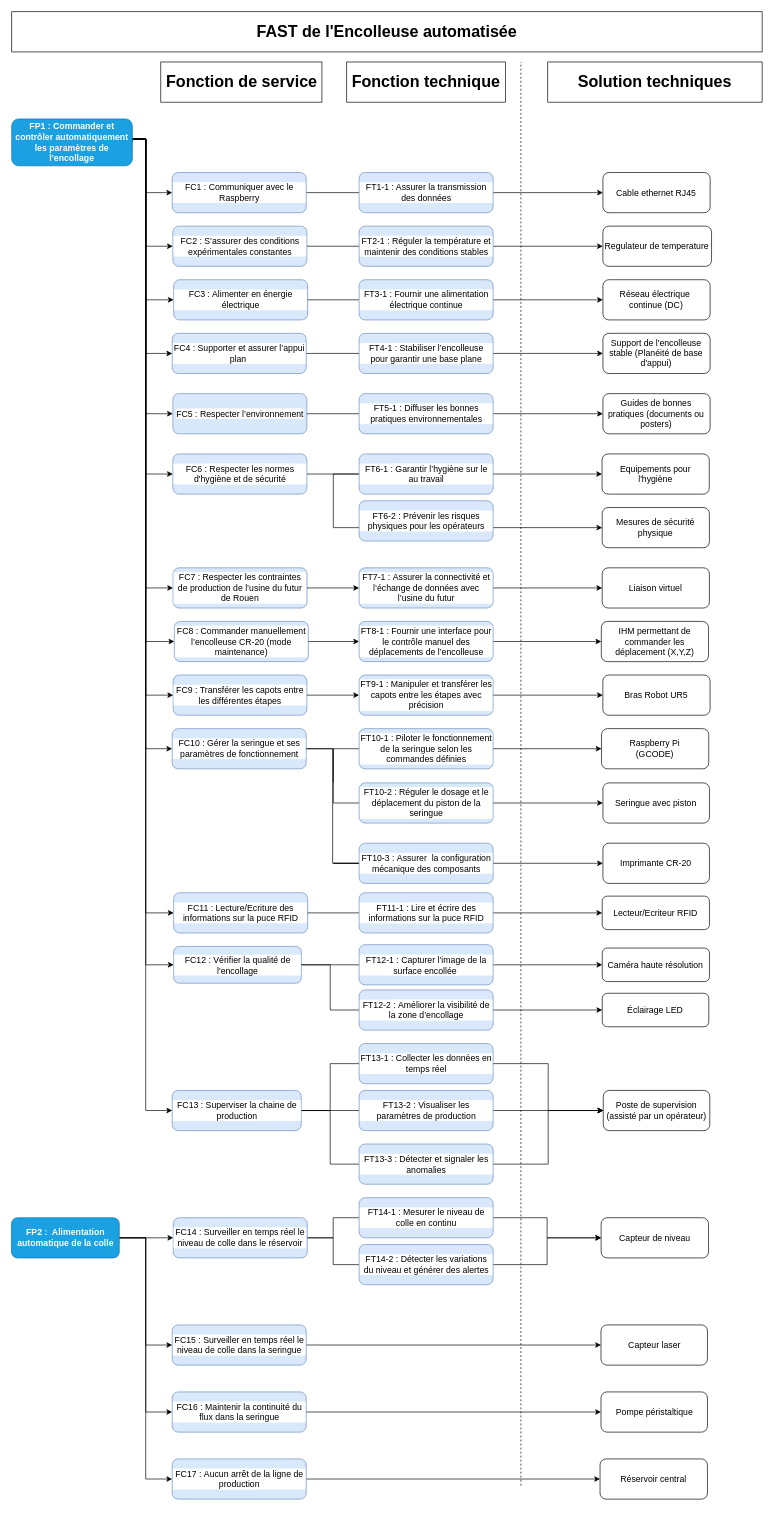
Above: FAST DIAGRAM/Diagramme_FAST.drawio in CharifMah/Systemes_automatises (draw.io), before the change. Source tidied: cells renumbered, new cells numbered last; positions are measured from the earlier drawing's top-left corner, leaving out a move shared by most shapes. Both pictures are drawn from the tidied source at 67%, with x=0, y=0 at pixel (11, 11).
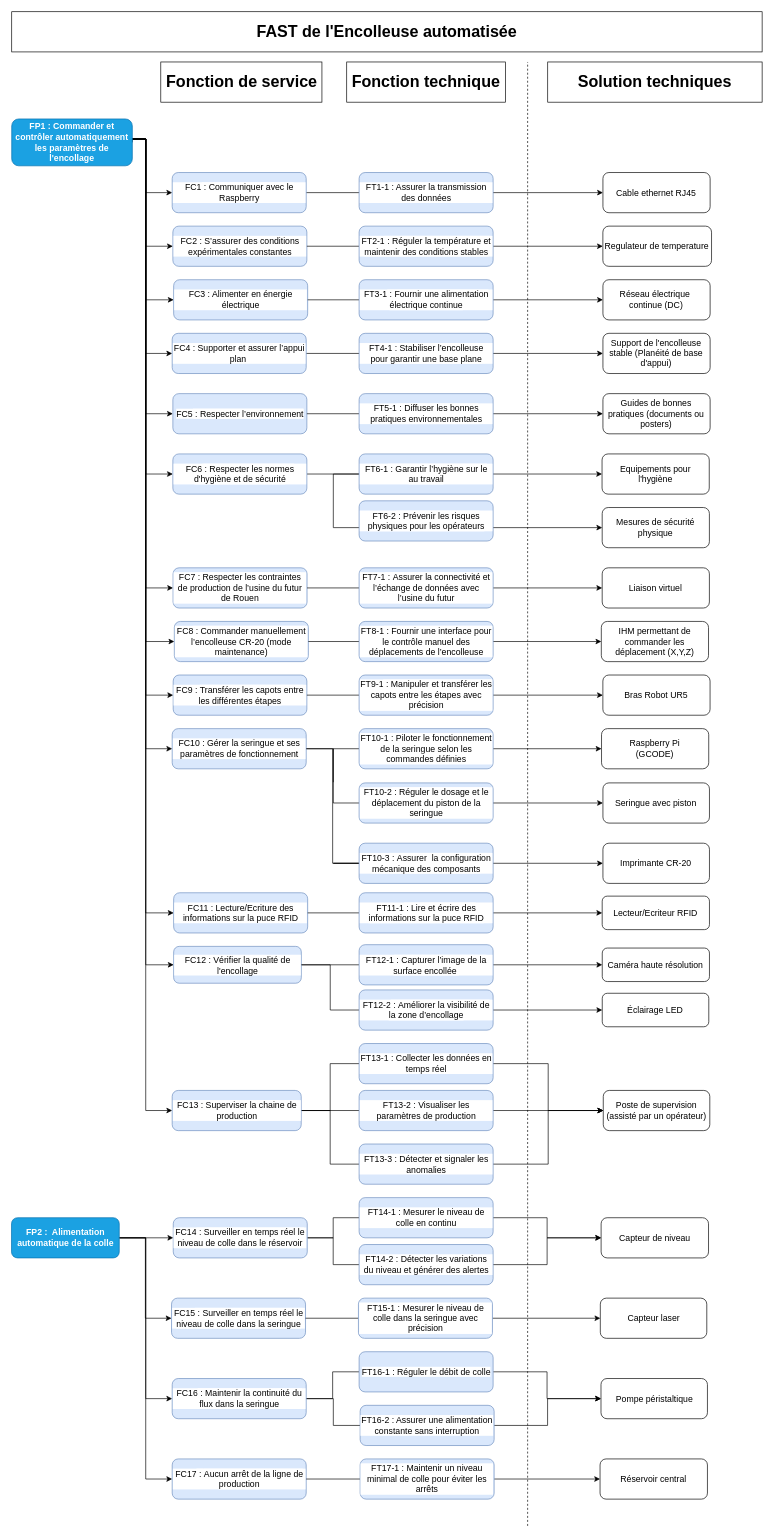
The same page after the edit.

Commit message (it also covers changes not shown here):
Mettre à jour Diagramme_FAST.drawio

Unchanged cells that the change refers to:
```xml
<mxCell id="30" value="Réservoir central" style="rounded=1;whiteSpace=wrap;html=1;fontFamily=Helvetica;fontSize=13;" parent="1" vertex="1">
  <mxGeometry x="878.1" y="2160" width="160.3" height="60" as="geometry" />
</mxCell>
<mxCell id="48" value="&lt;font&gt;FC9 :&amp;nbsp;&lt;/font&gt;&lt;span style=&quot;background-color: light-dark(#ffffff, var(--ge-dark-color, #121212)); color: light-dark(rgb(0, 0, 0), rgb(255, 255, 255));&quot;&gt;Transférer les capots entre les différentes étapes&lt;/span&gt;" style="rounded=1;whiteSpace=wrap;html=1;labelBackgroundColor=default;labelBorderColor=none;textShadow=0;fillColor=#dae8fc;strokeColor=#6c8ebf;fontFamily=Helvetica;fontSize=13;fontStyle=0;" parent="1" vertex="1">
  <mxGeometry x="241" y="990" width="199.5" height="60" as="geometry" />
</mxCell>
<mxCell id="57" value="&lt;div&gt;&lt;font&gt;FC7&lt;/font&gt;&lt;span style=&quot;color: light-dark(rgb(0, 0, 0), rgb(255, 255, 255)); background-color: light-dark(#ffffff, var(--ge-dark-color, #121212));&quot;&gt;&amp;nbsp;:&amp;nbsp;&lt;/span&gt;&lt;span style=&quot;color: light-dark(rgb(0, 0, 0), rgb(255, 255, 255)); background-color: light-dark(#ffffff, var(--ge-dark-color, #121212));&quot;&gt;Respecter les contraintes de production de l’usine du futur de Rouen&lt;/span&gt;&lt;/div&gt;" style="rounded=1;whiteSpace=wrap;html=1;labelBackgroundColor=default;labelBorderColor=none;textShadow=0;fillColor=#dae8fc;strokeColor=#6c8ebf;fontFamily=Helvetica;fontSize=13;fontStyle=0;" parent="1" vertex="1">
  <mxGeometry x="240.8" y="830" width="200" height="60" as="geometry" />
</mxCell>
<mxCell id="60" value="&lt;div&gt;&lt;font&gt;FC8&lt;/font&gt;&lt;span style=&quot;background-color: light-dark(#ffffff, var(--ge-dark-color, #121212)); color: light-dark(rgb(0, 0, 0), rgb(255, 255, 255));&quot;&gt;&amp;nbsp;:&amp;nbsp;&lt;/span&gt;&lt;span style=&quot;background-color: light-dark(#ffffff, var(--ge-dark-color, #121212));&quot;&gt;Commander manuellement l’encolleuse CR-20 (mode maintenance)&lt;/span&gt;&lt;/div&gt;" style="rounded=1;whiteSpace=wrap;html=1;labelBackgroundColor=default;labelBorderColor=none;textShadow=0;fillColor=#dae8fc;strokeColor=#6c8ebf;fontFamily=Helvetica;fontSize=13;fontStyle=0;" parent="1" vertex="1">
  <mxGeometry x="242.7" y="910" width="200" height="60" as="geometry" />
</mxCell>
<mxCell id="63" value="&lt;div&gt;&lt;font&gt;FC17&lt;/font&gt;&lt;span style=&quot;color: light-dark(rgb(0, 0, 0), rgb(255, 255, 255)); background-color: light-dark(#ffffff, var(--ge-dark-color, #121212));&quot;&gt;&amp;nbsp;:&amp;nbsp;&lt;/span&gt;&lt;span style=&quot;color: light-dark(rgb(0, 0, 0), rgb(255, 255, 255)); background-color: light-dark(#ffffff, var(--ge-dark-color, #121212));&quot;&gt;Aucun arrêt de la ligne de production&lt;/span&gt;&lt;/div&gt;" style="rounded=1;whiteSpace=wrap;html=1;labelBackgroundColor=default;labelBorderColor=none;textShadow=0;fillColor=#dae8fc;strokeColor=#6c8ebf;fontFamily=Helvetica;fontSize=13;" parent="1" vertex="1">
  <mxGeometry x="239.5" y="2160" width="200" height="60" as="geometry" />
</mxCell>
<mxCell id="101" value="&lt;div&gt;&lt;font&gt;FT7-1&lt;/font&gt;&lt;span style=&quot;background-color: light-dark(#ffffff, var(--ge-dark-color, #121212)); color: light-dark(rgb(0, 0, 0), rgb(255, 255, 255));&quot;&gt;&amp;nbsp;:&amp;nbsp;&lt;/span&gt;&lt;span style=&quot;background-color: light-dark(#ffffff, var(--ge-dark-color, #121212)); color: light-dark(rgb(0, 0, 0), rgb(255, 255, 255));&quot;&gt;Assurer la connectivité et l’échange de données avec l’usine du futur&lt;/span&gt;&lt;/div&gt;" style="rounded=1;whiteSpace=wrap;html=1;labelBackgroundColor=default;labelBorderColor=none;textShadow=0;fillColor=#dae8fc;strokeColor=#6c8ebf;fontFamily=Helvetica;fontSize=13;fontStyle=0;" parent="1" vertex="1">
  <mxGeometry x="518.5" y="830" width="200" height="60" as="geometry" />
</mxCell>
<mxCell id="103" value="&lt;div&gt;&lt;font&gt;FT8-1&lt;/font&gt;&lt;span style=&quot;background-color: light-dark(#ffffff, var(--ge-dark-color, #121212)); color: light-dark(rgb(0, 0, 0), rgb(255, 255, 255));&quot;&gt;&amp;nbsp;:&amp;nbsp;&lt;/span&gt;&lt;span style=&quot;background-color: light-dark(#ffffff, var(--ge-dark-color, #121212)); color: light-dark(rgb(0, 0, 0), rgb(255, 255, 255));&quot;&gt;Fournir une interface pour le contrôle manuel des déplacements de l’encolleuse&lt;/span&gt;&lt;/div&gt;" style="rounded=1;whiteSpace=wrap;html=1;labelBackgroundColor=default;labelBorderColor=none;textShadow=0;fillColor=#dae8fc;strokeColor=#6c8ebf;fontFamily=Helvetica;fontSize=13;fontStyle=0;" parent="1" vertex="1">
  <mxGeometry x="518.5" y="910" width="200" height="60" as="geometry" />
</mxCell>
<mxCell id="105" value="&lt;div&gt;&lt;font&gt;FT9-1&lt;/font&gt;&lt;span style=&quot;background-color: light-dark(#ffffff, var(--ge-dark-color, #121212)); color: light-dark(rgb(0, 0, 0), rgb(255, 255, 255));&quot;&gt;&amp;nbsp;:&amp;nbsp;&lt;/span&gt;&lt;span style=&quot;background-color: light-dark(#ffffff, var(--ge-dark-color, #121212)); color: light-dark(rgb(0, 0, 0), rgb(255, 255, 255));&quot;&gt;Manipuler et transférer les capots entre les étapes avec précision&lt;/span&gt;&lt;/div&gt;" style="rounded=1;whiteSpace=wrap;html=1;labelBackgroundColor=default;labelBorderColor=none;textShadow=0;fillColor=#dae8fc;strokeColor=#6c8ebf;fontFamily=Helvetica;fontSize=13;fontStyle=0;" parent="1" vertex="1">
  <mxGeometry x="518.5" y="990" width="200" height="60" as="geometry" />
</mxCell>
```

The edit, as a diff of the source:
```diff
@@
     <mxCell id="31" value="Pompe péristaltique" style="rounded=1;whiteSpace=wrap;html=1;fontFamily=Helvetica;fontSize=13;" parent="1" vertex="1">
-      <mxGeometry x="879.5" y="2060" width="158.9" height="60" as="geometry" />
+      <mxGeometry x="879.5" y="2040" width="158.9" height="60" as="geometry" />
     </mxCell>
@@
-    <mxCell id="62" style="edgeStyle=orthogonalEdgeStyle;rounded=0;jettySize=auto;html=1;entryX=0;entryY=0.5;entryDx=0;entryDy=0;fontSize=13;" parent="1" edge="1" source="63" target="30">
+    <mxCell id="62" style="edgeStyle=orthogonalEdgeStyle;rounded=0;jettySize=auto;html=1;entryX=0;entryY=0.5;entryDx=0;entryDy=0;fontSize=13;" parent="1" edge="1" source="135" target="30">
       <mxGeometry relative="1" as="geometry" />
     </mxCell>
@@
     <mxCell id="64" style="endArrow=none;html=1;rounded=0;dashed=1;" parent="1" edge="1">
       <mxGeometry relative="1" as="geometry">
-        <mxPoint x="760" y="2200" as="sourcePoint" />
-        <mxPoint x="760" y="75" as="targetPoint" />
+        <mxPoint x="770" y="2260" as="sourcePoint" />
+        <mxPoint x="770" y="75" as="targetPoint" />
       </mxGeometry>
     </mxCell>
@@
     <mxCell id="72" value="Capteur laser" style="rounded=1;whiteSpace=wrap;html=1;fontFamily=Helvetica;fontSize=13;" parent="1" vertex="1">
-      <mxGeometry x="879.5" y="1960" width="158.9" height="60" as="geometry" />
+      <mxGeometry x="878.5" y="1920" width="158.9" height="60" as="geometry" />
     </mxCell>
-    <mxCell id="73" style="edgeStyle=orthogonalEdgeStyle;rounded=0;jettySize=auto;html=1;" parent="1" edge="1" source="74" target="72">
+    <mxCell id="73" style="edgeStyle=orthogonalEdgeStyle;rounded=0;jettySize=auto;html=1;" parent="1" edge="1" source="133" target="72">
       <mxGeometry relative="1" as="geometry" />
     </mxCell>
     <mxCell id="74" value="&lt;div&gt;&lt;font&gt;FC15&lt;/font&gt;&lt;span style=&quot;color: light-dark(rgb(0, 0, 0), rgb(255, 255, 255)); background-color: light-dark(#ffffff, var(--ge-dark-color, #121212));&quot;&gt;&amp;nbsp;:&amp;nbsp;&lt;/span&gt;&lt;span style=&quot;color: light-dark(rgb(0, 0, 0), rgb(255, 255, 255)); background-color: light-dark(#ffffff, var(--ge-dark-color, #121212));&quot;&gt;Surveiller en temps réel le niveau de colle dans la seringue&lt;/span&gt;&lt;/div&gt;" style="rounded=1;whiteSpace=wrap;html=1;labelBackgroundColor=default;labelBorderColor=none;textShadow=0;fillColor=#dae8fc;strokeColor=#6c8ebf;fontFamily=Helvetica;fontSize=13;" parent="1" vertex="1">
-      <mxGeometry x="239.5" y="1960" width="200" height="60" as="geometry" />
+      <mxGeometry x="238.5" y="1920" width="200" height="60" as="geometry" />
     </mxCell>
-    <mxCell id="75" style="edgeStyle=orthogonalEdgeStyle;rounded=0;jettySize=auto;html=1;entryX=0;entryY=0.5;entryDx=0;entryDy=0;" parent="1" edge="1" source="76" target="31">
-      <mxGeometry relative="1" as="geometry" />
-    </mxCell>
+    <mxCell id="126" style="edgeStyle=orthogonalEdgeStyle;rounded=0;jettySize=auto;html=1;endArrow=none;startFill=0;" parent="1" edge="1" source="76" target="129">
+      <mxGeometry relative="1" as="geometry">
+        <Array as="points">
+          <mxPoint x="479" y="2070" />
+          <mxPoint x="479" y="2030" />
+        </Array>
+      </mxGeometry>
+    </mxCell>
+    <mxCell id="127" style="edgeStyle=orthogonalEdgeStyle;rounded=0;jettySize=auto;html=1;entryX=0;entryY=0.5;entryDx=0;entryDy=0;endArrow=none;startFill=0;" parent="1" edge="1" source="76" target="131">
+      <mxGeometry relative="1" as="geometry">
+        <Array as="points">
+          <mxPoint x="480" y="2070" />
+          <mxPoint x="480" y="2110" />
+        </Array>
+      </mxGeometry>
+    </mxCell>
     <mxCell id="76" value="&lt;div&gt;&lt;font&gt;FC16&lt;/font&gt;&lt;span style=&quot;color: light-dark(rgb(0, 0, 0), rgb(255, 255, 255)); background-color: light-dark(#ffffff, var(--ge-dark-color, #121212));&quot;&gt;&amp;nbsp;: Maintenir la continuité du flux dans la seringue&lt;/span&gt;&lt;/div&gt;" style="rounded=1;whiteSpace=wrap;html=1;labelBackgroundColor=default;labelBorderColor=none;textShadow=0;fillColor=#dae8fc;strokeColor=#6c8ebf;fontFamily=Helvetica;fontSize=13;" parent="1" vertex="1">
-      <mxGeometry x="239.5" y="2060" width="200" height="60" as="geometry" />
+      <mxGeometry x="239.5" y="2040" width="200" height="60" as="geometry" />
     </mxCell>
@@
-    <mxCell id="100" style="edgeStyle=orthogonalEdgeStyle;rounded=0;jettySize=auto;html=1;entryX=0;entryY=0.5;entryDx=0;entryDy=0;exitX=1;exitY=0.5;exitDx=0;exitDy=0;fontSize=13;fontStyle=0;" parent="1" edge="1" source="57" target="101">
+    <mxCell id="100" style="edgeStyle=orthogonalEdgeStyle;rounded=0;jettySize=auto;html=1;entryX=0;entryY=0.5;entryDx=0;entryDy=0;exitX=1;exitY=0.5;exitDx=0;exitDy=0;fontSize=13;fontStyle=0;endArrow=none;startFill=0;" parent="1" edge="1" source="57" target="101">
       <mxGeometry relative="1" as="geometry" />
     </mxCell>
@@
-    <mxCell id="102" style="edgeStyle=orthogonalEdgeStyle;rounded=0;jettySize=auto;html=1;entryX=0;entryY=0.5;entryDx=0;entryDy=0;fontSize=13;fontStyle=0;" parent="1" edge="1" source="60" target="103">
+    <mxCell id="102" style="edgeStyle=orthogonalEdgeStyle;rounded=0;jettySize=auto;html=1;entryX=0;entryY=0.5;entryDx=0;entryDy=0;fontSize=13;fontStyle=0;endArrow=none;startFill=0;" parent="1" edge="1" source="60" target="103">
       <mxGeometry relative="1" as="geometry" />
     </mxCell>
@@
-    <mxCell id="104" style="edgeStyle=orthogonalEdgeStyle;rounded=0;jettySize=auto;html=1;exitX=1;exitY=0.5;exitDx=0;exitDy=0;fontSize=13;fontStyle=0;" parent="1" edge="1" source="48" target="105">
+    <mxCell id="104" style="edgeStyle=orthogonalEdgeStyle;rounded=0;jettySize=auto;html=1;exitX=1;exitY=0.5;exitDx=0;exitDy=0;fontSize=13;fontStyle=0;endArrow=none;startFill=0;" parent="1" edge="1" source="48" target="105">
       <mxGeometry relative="1" as="geometry" />
     </mxCell>
@@
+    <mxCell id="128" style="edgeStyle=orthogonalEdgeStyle;rounded=0;jettySize=auto;html=1;entryX=0;entryY=0.5;entryDx=0;entryDy=0;" parent="1" edge="1" source="129" target="31">
+      <mxGeometry relative="1" as="geometry" />
+    </mxCell>
+    <mxCell id="129" value="FT16-1 : Réguler le débit de colle" style="rounded=1;whiteSpace=wrap;html=1;labelBackgroundColor=default;labelBorderColor=none;textShadow=0;fillColor=#dae8fc;strokeColor=#6c8ebf;fontFamily=Helvetica;fontSize=13;fontStyle=0;" parent="1" vertex="1">
+      <mxGeometry x="518.5" y="2000" width="200" height="60" as="geometry" />
+    </mxCell>
+    <mxCell id="130" style="edgeStyle=orthogonalEdgeStyle;rounded=0;jettySize=auto;html=1;entryX=0;entryY=0.5;entryDx=0;entryDy=0;" parent="1" edge="1" source="131" target="31">
+      <mxGeometry relative="1" as="geometry" />
+    </mxCell>
+    <mxCell id="131" value="FT16-2 : Assurer une alimentation constante sans interruption" style="rounded=1;whiteSpace=wrap;html=1;labelBackgroundColor=default;labelBorderColor=none;textShadow=0;fillColor=#dae8fc;strokeColor=#6c8ebf;fontFamily=Helvetica;fontSize=13;fontStyle=0;" parent="1" vertex="1">
+      <mxGeometry x="520" y="2080" width="200" height="60" as="geometry" />
+    </mxCell>
+    <mxCell id="132" style="edgeStyle=orthogonalEdgeStyle;rounded=0;jettySize=auto;html=1;endArrow=none;startFill=0;" parent="1" edge="1" source="74" target="133">
+      <mxGeometry relative="1" as="geometry" />
+    </mxCell>
+    <mxCell id="133" value="FT15-1 : Mesurer le niveau de colle dans la seringue avec précision" style="rounded=1;whiteSpace=wrap;html=1;labelBackgroundColor=default;labelBorderColor=none;textShadow=0;fillColor=#dae8fc;strokeColor=#6c8ebf;fontFamily=Helvetica;fontSize=13;fontStyle=0;" parent="1" vertex="1">
+      <mxGeometry x="517.5" y="1920" width="200" height="60" as="geometry" />
+    </mxCell>
+    <mxCell id="134" style="edgeStyle=orthogonalEdgeStyle;rounded=0;jettySize=auto;html=1;entryX=0;entryY=0.5;entryDx=0;entryDy=0;fontSize=13;endArrow=none;startFill=0;" parent="1" edge="1" source="63" target="135">
+      <mxGeometry relative="1" as="geometry" />
+    </mxCell>
+    <mxCell id="135" value="FT17-1 : Maintenir un niveau minimal de colle pour éviter les arrêts" style="rounded=1;whiteSpace=wrap;html=1;labelBackgroundColor=default;labelBorderColor=none;textShadow=0;fillColor=#dae8fc;strokeColor=#6c8ebf;fontFamily=Helvetica;fontSize=13;fontStyle=0;" parent="1" vertex="1">
+      <mxGeometry x="520" y="2160" width="200" height="60" as="geometry" />
+    </mxCell>
```
